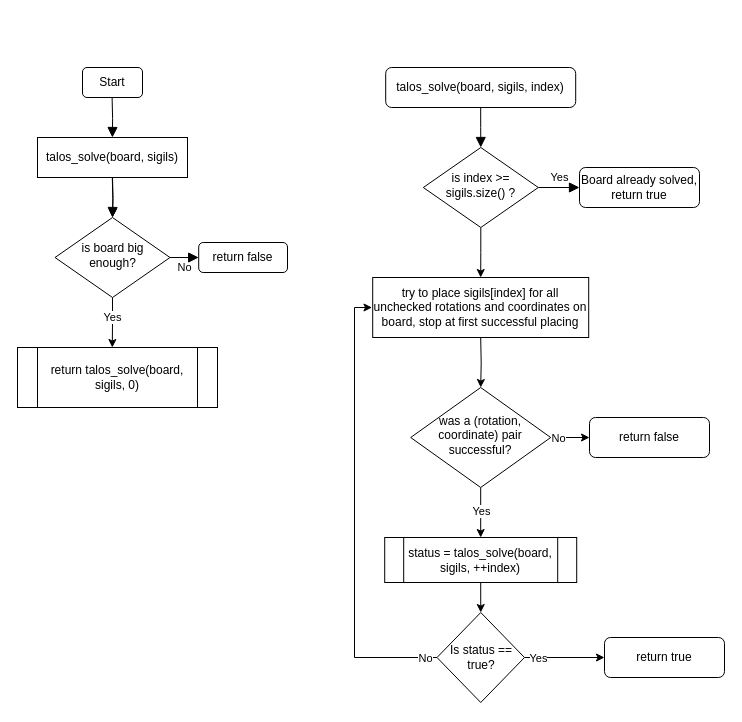
The draw.io diagram docs/talos_solve_flowchart.drawio in cppcake/talossolver, before the edit. Source tidied: cells renumbered, new cells numbered last; positions are measured from the earlier drawing's top-left corner, leaving out a move shared by most shapes. Both pictures are drawn from the tidied source at 100%, with x=0, y=0 at pixel (17, 67).
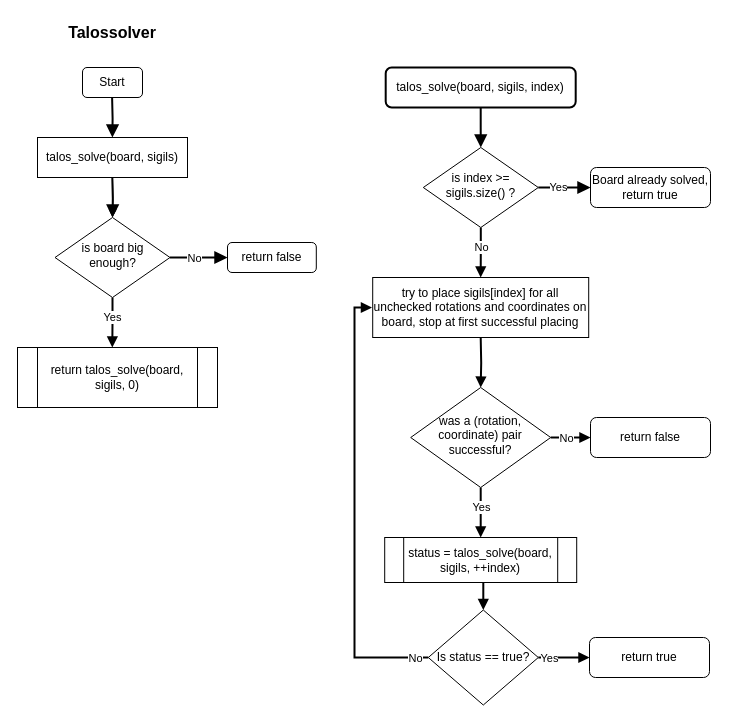
The same diagram, later.

The change refers to these unchanged cells:
```xml
<mxCell id="5" value="is index &amp;gt;= sigils.size() ?" style="rhombus;whiteSpace=wrap;html=1;shadow=0;fontFamily=Helvetica;fontSize=12;align=center;strokeWidth=1;spacing=6;spacingTop=-4;" parent="1" vertex="1">
  <mxGeometry x="405.8" y="80" width="115" height="80" as="geometry" />
</mxCell>
<mxCell id="11" value="&lt;div style=&quot;&quot;&gt;&lt;span style=&quot;background-color: initial;&quot;&gt;was a (rotation, coordinate) pair successful?&lt;/span&gt;&lt;/div&gt;" style="rhombus;whiteSpace=wrap;html=1;shadow=0;fontFamily=Helvetica;fontSize=12;align=center;strokeWidth=1;spacing=6;spacingTop=-4;verticalAlign=middle;" parent="1" vertex="1">
  <mxGeometry x="393.2" y="320" width="140" height="100" as="geometry" />
</mxCell>
<mxCell id="27" value="is board big enough?" style="rhombus;whiteSpace=wrap;html=1;shadow=0;fontFamily=Helvetica;fontSize=12;align=center;strokeWidth=1;spacing=6;spacingTop=-4;" parent="1" vertex="1">
  <mxGeometry x="37.5" y="150" width="115" height="80" as="geometry" />
</mxCell>
```

The edit, as a diff of the source:
```diff
@@
-    <mxCell id="3" value="Yes" style="edgeStyle=orthogonalEdgeStyle;rounded=0;html=1;jettySize=auto;fontSize=11;endArrow=block;endFill=1;endSize=8;strokeWidth=1;shadow=0;labelBackgroundColor=none;" parent="1" edge="1" source="5" target="6">
+    <mxCell id="3" style="edgeStyle=orthogonalEdgeStyle;rounded=0;html=1;jettySize=auto;fontSize=11;endArrow=block;endFill=1;endSize=8;strokeWidth=2;shadow=0;labelBackgroundColor=none;" parent="1" edge="1" source="5" target="6">
       <mxGeometry y="10" relative="1" as="geometry" />
     </mxCell>
-    <mxCell id="4" style="edgeStyle=orthogonalEdgeStyle;rounded=0;jettySize=auto;html=1;entryX=0.5;entryY=0;entryDx=0;entryDy=0;" parent="1" edge="1" source="5">
+    <mxCell id="4" style="edgeStyle=orthogonalEdgeStyle;rounded=0;jettySize=auto;html=1;entryX=0.5;entryY=0;entryDx=0;entryDy=0;strokeWidth=2;endArrow=block;endFill=1;" parent="1" edge="1" source="5">
       <mxGeometry relative="1" as="geometry">
         <mxPoint x="463.2" y="210" as="targetPoint" />
       </mxGeometry>
     </mxCell>
@@
     <mxCell id="6" value="Board already solved, return true" style="rounded=1;whiteSpace=wrap;html=1;fontSize=12;glass=0;strokeWidth=1;shadow=0;" parent="1" vertex="1">
-      <mxGeometry x="562" y="100" width="120" height="40" as="geometry" />
+      <mxGeometry x="573" y="100" width="120" height="40" as="geometry" />
     </mxCell>
-    <mxCell id="7" style="edgeStyle=orthogonalEdgeStyle;rounded=0;jettySize=auto;html=1;entryX=0.5;entryY=0;entryDx=0;entryDy=0;" parent="1" edge="1" source="11">
+    <mxCell id="7" style="edgeStyle=orthogonalEdgeStyle;rounded=0;jettySize=auto;html=1;entryX=0.5;entryY=0;entryDx=0;entryDy=0;strokeWidth=2;endArrow=block;endFill=1;" parent="1" edge="1" source="11">
       <mxGeometry relative="1" as="geometry">
         <mxPoint x="463.2" y="470" as="targetPoint" />
       </mxGeometry>
     </mxCell>
-    <mxCell id="8" value="Yes" style="edgeLabel;html=1;align=center;verticalAlign=middle;" parent="7" vertex="1">
-      <mxGeometry x="-0.09" relative="1" as="geometry" />
-    </mxCell>
-    <mxCell id="9" style="edgeStyle=orthogonalEdgeStyle;rounded=0;jettySize=auto;html=1;entryX=0;entryY=0.5;entryDx=0;entryDy=0;" parent="1" edge="1" source="11" target="13">
+    <mxCell id="9" style="edgeStyle=orthogonalEdgeStyle;rounded=0;jettySize=auto;html=1;entryX=0;entryY=0.5;entryDx=0;entryDy=0;strokeWidth=2;endArrow=block;endFill=1;" parent="1" edge="1" source="11" target="13">
       <mxGeometry relative="1" as="geometry" />
     </mxCell>
     <mxCell id="10" value="No" style="edgeLabel;html=1;align=center;verticalAlign=middle;" parent="9" vertex="1">
-      <mxGeometry x="-0.65" relative="1" as="geometry" />
+      <mxGeometry x="-0.65" relative="1" as="geometry">
+        <mxPoint x="8" as="offset" />
+      </mxGeometry>
     </mxCell>
@@
-    <mxCell id="12" style="edgeStyle=orthogonalEdgeStyle;rounded=0;jettySize=auto;html=1;exitX=0.5;exitY=1;exitDx=0;exitDy=0;entryX=0.5;entryY=0;entryDx=0;entryDy=0;" parent="1" edge="1" target="22">
+    <mxCell id="12" style="edgeStyle=orthogonalEdgeStyle;rounded=0;jettySize=auto;html=1;exitX=0.5;exitY=1;exitDx=0;exitDy=0;entryX=0.5;entryY=0;entryDx=0;entryDy=0;strokeWidth=2;endArrow=block;endFill=1;" parent="1" edge="1" target="22">
       <mxGeometry relative="1" as="geometry">
         <mxPoint x="463.2" y="510" as="sourcePoint" />
       </mxGeometry>
     </mxCell>
     <mxCell id="13" value="return false" style="rounded=1;whiteSpace=wrap;html=1;fontSize=12;glass=0;strokeWidth=1;shadow=0;" parent="1" vertex="1">
-      <mxGeometry x="572" y="350" width="120" height="40" as="geometry" />
+      <mxGeometry x="573" y="350" width="120" height="40" as="geometry" />
     </mxCell>
-    <mxCell id="14" style="rounded=0;html=1;jettySize=auto;fontSize=11;endArrow=block;endFill=1;endSize=8;strokeWidth=1;shadow=0;labelBackgroundColor=none;edgeStyle=orthogonalEdgeStyle;exitX=0.5;exitY=1;exitDx=0;exitDy=0;entryX=0.5;entryY=0;entryDx=0;entryDy=0;" parent="1" edge="1" source="15" target="5">
+    <mxCell id="14" style="rounded=0;html=1;jettySize=auto;fontSize=11;endArrow=block;endFill=1;endSize=8;strokeWidth=2;shadow=0;labelBackgroundColor=none;edgeStyle=orthogonalEdgeStyle;exitX=0.5;exitY=1;exitDx=0;exitDy=0;entryX=0.5;entryY=0;entryDx=0;entryDy=0;" parent="1" edge="1" source="15" target="5">
       <mxGeometry relative="1" as="geometry" />
     </mxCell>
-    <mxCell id="15" value="talos_solve(board, sigils, index)" style="rounded=1;whiteSpace=wrap;html=1;fontSize=12;glass=0;strokeWidth=1;shadow=0;" parent="1" vertex="1">
+    <mxCell id="15" value="talos_solve(board, sigils, index)" style="rounded=1;whiteSpace=wrap;html=1;fontSize=12;glass=0;strokeWidth=2;shadow=0;" parent="1" vertex="1">
       <mxGeometry x="368.2" width="190" height="40" as="geometry" />
     </mxCell>
@@
-    <mxCell id="17" style="edgeStyle=orthogonalEdgeStyle;rounded=0;jettySize=auto;html=1;exitX=0.5;exitY=1;exitDx=0;exitDy=0;entryX=0.5;entryY=0;entryDx=0;entryDy=0;" parent="1" edge="1" target="11">
+    <mxCell id="17" style="edgeStyle=orthogonalEdgeStyle;rounded=0;jettySize=auto;html=1;exitX=0.5;exitY=1;exitDx=0;exitDy=0;entryX=0.5;entryY=0;entryDx=0;entryDy=0;strokeWidth=2;endArrow=block;endFill=1;" parent="1" edge="1" target="11">
       <mxGeometry relative="1" as="geometry">
         <mxPoint x="463.2" y="270" as="sourcePoint" />
       </mxGeometry>
     </mxCell>
-    <mxCell id="18" style="edgeStyle=orthogonalEdgeStyle;rounded=0;jettySize=auto;html=1;entryX=0;entryY=0.5;entryDx=0;entryDy=0;exitX=0;exitY=0.5;exitDx=0;exitDy=0;" parent="1" edge="1" source="22">
+    <mxCell id="18" style="edgeStyle=orthogonalEdgeStyle;rounded=0;jettySize=auto;html=1;entryX=0;entryY=0.5;entryDx=0;entryDy=0;exitX=0;exitY=0.5;exitDx=0;exitDy=0;strokeWidth=2;endArrow=block;endFill=1;" parent="1" edge="1" source="22">
       <mxGeometry relative="1" as="geometry">
         <mxPoint x="354.5" y="240" as="targetPoint" />
         <Array as="points">
           <mxPoint x="337" y="590" />
           <mxPoint x="337" y="240" />
         </Array>
       </mxGeometry>
     </mxCell>
     <mxCell id="19" value="No" style="edgeLabel;html=1;align=center;verticalAlign=middle;" parent="18" vertex="1">
       <mxGeometry x="-0.96" y="1" relative="1" as="geometry">
-        <mxPoint x="-3" y="-1" as="offset" />
+        <mxPoint x="-4" y="-1" as="offset" />
       </mxGeometry>
     </mxCell>
-    <mxCell id="20" style="edgeStyle=orthogonalEdgeStyle;rounded=0;jettySize=auto;html=1;entryX=0;entryY=0.5;entryDx=0;entryDy=0;" parent="1" edge="1" source="22" target="23">
+    <mxCell id="20" style="edgeStyle=orthogonalEdgeStyle;rounded=0;jettySize=auto;html=1;entryX=0;entryY=0.5;entryDx=0;entryDy=0;strokeWidth=2;endArrow=block;endFill=1;" parent="1" edge="1" source="22" target="23">
       <mxGeometry relative="1" as="geometry" />
     </mxCell>
     <mxCell id="21" value="Yes" style="edgeLabel;html=1;align=center;verticalAlign=middle;" parent="20" vertex="1">
       <mxGeometry x="-0.76" relative="1" as="geometry">
-        <mxPoint x="3" as="offset" />
+        <mxPoint x="5" as="offset" />
       </mxGeometry>
     </mxCell>
     <mxCell id="22" value="Is status == true?" style="rhombus;whiteSpace=wrap;html=1;" parent="1" vertex="1">
-      <mxGeometry x="419.5" y="545" width="87.5" height="90" as="geometry" />
+      <mxGeometry x="410.8" y="542.5" width="110" height="95" as="geometry" />
     </mxCell>
     <mxCell id="23" value="return true" style="rounded=1;whiteSpace=wrap;html=1;fontSize=12;glass=0;strokeWidth=1;shadow=0;" parent="1" vertex="1">
-      <mxGeometry x="587" y="570" width="120" height="40" as="geometry" />
+      <mxGeometry x="572" y="570" width="120" height="40" as="geometry" />
     </mxCell>
-    <mxCell id="24" value="No" style="edgeStyle=orthogonalEdgeStyle;rounded=0;html=1;jettySize=auto;fontSize=11;endArrow=block;endFill=1;endSize=8;strokeWidth=1;shadow=0;labelBackgroundColor=none;" parent="1" edge="1" source="27" target="28">
-      <mxGeometry y="10" relative="1" as="geometry" />
+    <mxCell id="24" style="edgeStyle=orthogonalEdgeStyle;rounded=0;html=1;jettySize=auto;fontSize=11;endArrow=block;endFill=1;endSize=8;strokeWidth=2;shadow=0;labelBackgroundColor=none;" parent="1" edge="1" source="27" target="28">
+      <mxGeometry x="-0.04" y="10" relative="1" as="geometry" />
     </mxCell>
-    <mxCell id="25" style="edgeStyle=orthogonalEdgeStyle;rounded=0;jettySize=auto;html=1;entryX=0.5;entryY=0;entryDx=0;entryDy=0;" parent="1" edge="1" source="27">
+    <mxCell id="25" style="edgeStyle=orthogonalEdgeStyle;rounded=0;jettySize=auto;html=1;entryX=0.5;entryY=0;entryDx=0;entryDy=0;strokeWidth=2;endArrow=block;endFill=1;" parent="1" edge="1" source="27">
       <mxGeometry relative="1" as="geometry">
         <mxPoint x="94.8" y="280" as="targetPoint" />
       </mxGeometry>
     </mxCell>
@@
     <mxCell id="28" value="return false" style="rounded=1;whiteSpace=wrap;html=1;fontSize=12;glass=0;strokeWidth=1;shadow=0;" parent="1" vertex="1">
-      <mxGeometry x="181.2" y="175" width="88.8" height="30" as="geometry" />
+      <mxGeometry x="210" y="175" width="88.8" height="30" as="geometry" />
     </mxCell>
-    <mxCell id="29" style="rounded=0;html=1;jettySize=auto;fontSize=11;endArrow=block;endFill=1;endSize=8;strokeWidth=1;shadow=0;labelBackgroundColor=none;edgeStyle=orthogonalEdgeStyle;exitX=0.5;exitY=1;exitDx=0;exitDy=0;entryX=0.5;entryY=0;entryDx=0;entryDy=0;" parent="1" edge="1" target="27">
+    <mxCell id="29" style="rounded=0;html=1;jettySize=auto;fontSize=11;endArrow=block;endFill=1;endSize=8;strokeWidth=2;shadow=0;labelBackgroundColor=none;edgeStyle=orthogonalEdgeStyle;exitX=0.5;exitY=1;exitDx=0;exitDy=0;entryX=0.5;entryY=0;entryDx=0;entryDy=0;" parent="1" edge="1" target="27">
       <mxGeometry relative="1" as="geometry">
         <mxPoint x="94.8" y="110" as="sourcePoint" />
       </mxGeometry>
     </mxCell>
-    <mxCell id="30" style="rounded=0;html=1;jettySize=auto;orthogonalLoop=1;fontSize=11;endArrow=block;endFill=1;endSize=8;strokeWidth=1;shadow=0;labelBackgroundColor=none;edgeStyle=orthogonalEdgeStyle;exitX=0.5;exitY=1;exitDx=0;exitDy=0;entryX=0.5;entryY=0;entryDx=0;entryDy=0;" parent="1" edge="1">
+    <mxCell id="30" style="rounded=0;html=1;jettySize=auto;orthogonalLoop=1;fontSize=11;endArrow=block;endFill=1;endSize=8;strokeWidth=2;shadow=0;labelBackgroundColor=none;edgeStyle=orthogonalEdgeStyle;exitX=0.5;exitY=1;exitDx=0;exitDy=0;entryX=0.5;entryY=0;entryDx=0;entryDy=0;" parent="1" edge="1">
       <mxGeometry relative="1" as="geometry">
         <mxPoint x="94.6" y="30" as="sourcePoint" />
         <mxPoint x="94.9" y="70" as="targetPoint" />
       </mxGeometry>
     </mxCell>
@@
+    <mxCell id="35" value="Talossolver" style="text;html=1;align=center;verticalAlign=middle;whiteSpace=wrap;rounded=0;fontStyle=1;fontSize=16;" parent="1" vertex="1">
+      <mxGeometry x="30" y="-50" width="130" height="30" as="geometry" />
+    </mxCell>
+    <mxCell id="36" value="No" style="edgeLabel;html=1;align=center;verticalAlign=middle;" parent="1" vertex="1">
+      <mxGeometry x="176" y="190" as="geometry" />
+    </mxCell>
+    <mxCell id="37" value="Yes" style="edgeLabel;html=1;align=center;verticalAlign=middle;" parent="1" vertex="1">
+      <mxGeometry x="540" y="119" as="geometry" />
+    </mxCell>
+    <mxCell id="38" value="No" style="edgeLabel;html=1;align=center;verticalAlign=middle;" parent="1" vertex="1">
+      <mxGeometry x="448" y="199" as="geometry">
+        <mxPoint x="15" y="-20" as="offset" />
+      </mxGeometry>
+    </mxCell>
+    <mxCell id="39" value="Yes" style="edgeLabel;html=1;align=center;verticalAlign=middle;" parent="1" vertex="1">
+      <mxGeometry x="428" y="378" as="geometry">
+        <mxPoint x="35" y="61" as="offset" />
+      </mxGeometry>
+    </mxCell>
```
